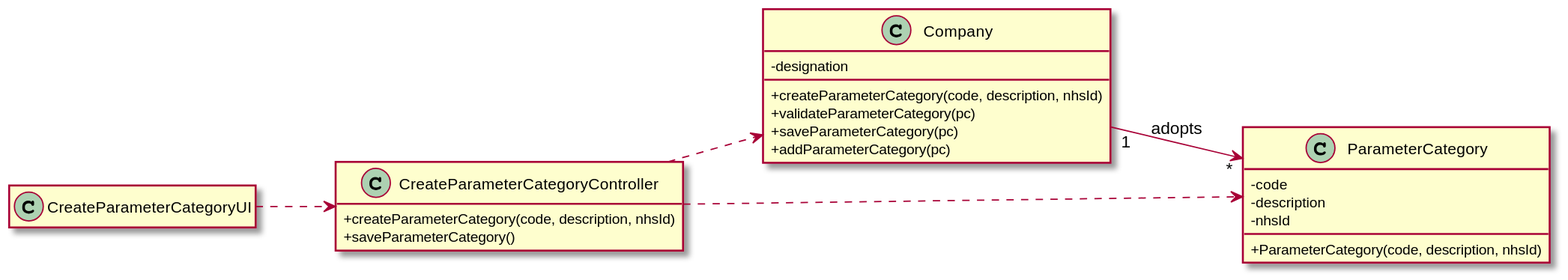
Above: docs/SprintB/US_11/US011_CD.svg in ana-albergaria/LAPR2-ISEP (PlantUML), before the change. Its diagram source:
```plantuml
@startuml
hide empty methods
hide empty attributes
left to right direction
skinparam classAttributeIconSize 0

class Company {
  -designation
  +createParameterCategory(code, description, nhsId)
  +validateParameterCategory(pc)
  +saveParameterCategory(pc)
  +addParameterCategory(pc)
}

class ParameterCategory {
   -code
   -description
   -nhsId
   +ParameterCategory(code, description, nhsId)
}

class CreateParameterCategoryController {
  +createParameterCategory(code, description, nhsId)
  +saveParameterCategory()
}

class CreateParameterCategoryUI {
}

CreateParameterCategoryUI ..> CreateParameterCategoryController
CreateParameterCategoryController ..> Company
CreateParameterCategoryController ..> ParameterCategory
Company "1" --> "*" ParameterCategory : adopts


@enduml
```
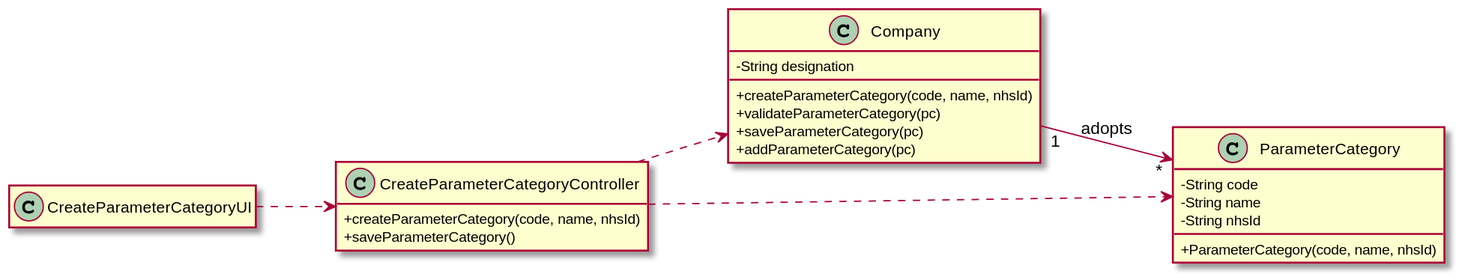
The same file after the commit.

Change to the diagram source:
```diff
@@ -5,22 +5,22 @@
 skinparam classAttributeIconSize 0
 
 class Company {
-  -designation
-  +createParameterCategory(code, description, nhsId)
+  -String designation
+  +createParameterCategory(code, name, nhsId)
   +validateParameterCategory(pc)
   +saveParameterCategory(pc)
   +addParameterCategory(pc)
 }
 
 class ParameterCategory {
-   -code
-   -description
-   -nhsId
-   +ParameterCategory(code, description, nhsId)
+   -String code
+   -String name
+   -String nhsId
+   +ParameterCategory(code, name, nhsId)
 }
 
 class CreateParameterCategoryController {
-  +createParameterCategory(code, description, nhsId)
+  +createParameterCategory(code, name, nhsId)
   +saveParameterCategory()
 }
 
```
